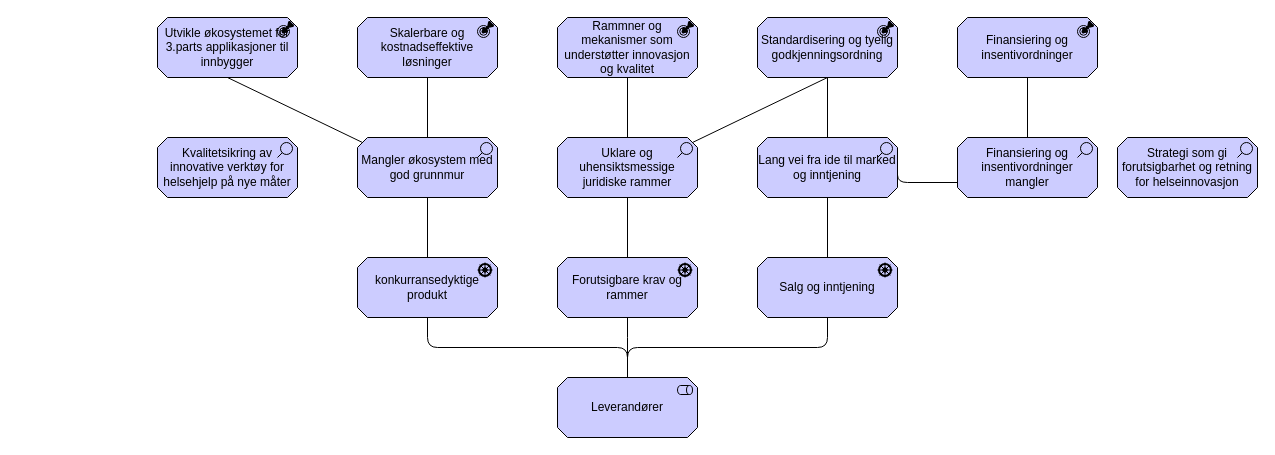
Earlier version of the draw.io diagram page "markedet-concern" (6 of 10) of docs/interessent/motivasjon-interessent.drawio (hdir/Digital-Forstelinje). Source tidied: cells renumbered, new cells numbered last; positions are measured from the earlier drawing's top-left corner, leaving out a move shared by most shapes. Both pictures are drawn from the tidied source at 100%, with x=0, y=0 at pixel (157, 17).
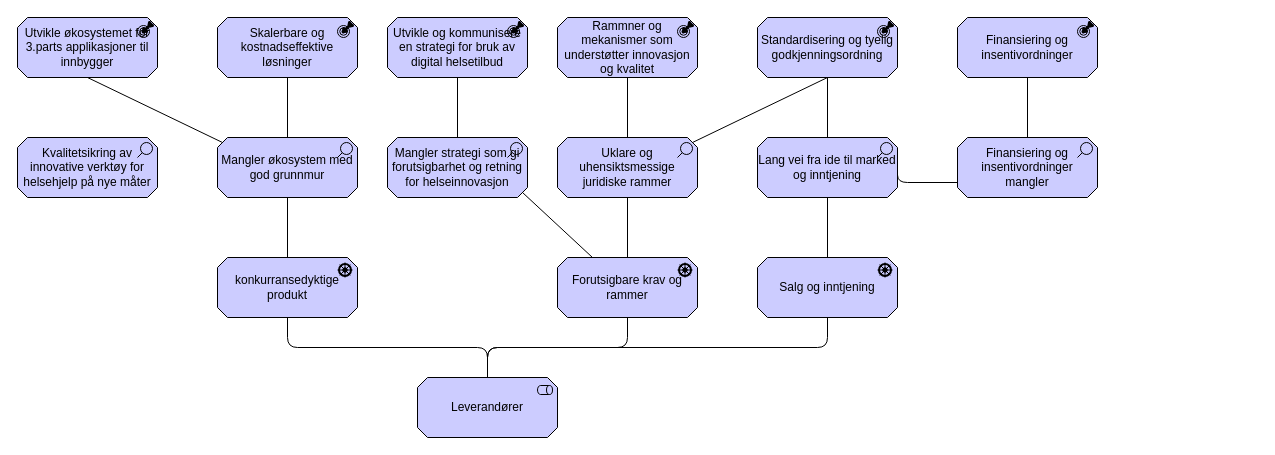
The same diagram, later.

The change refers to these unchanged cells:
```xml
<mxCell id="11" value="Forutsigbare krav og rammer" style="html=1;outlineConnect=0;whiteSpace=wrap;fillColor=#CCCCFF;shape=mxgraph.archimate3.application;appType=driver;archiType=oct;" parent="1" vertex="1">
  <mxGeometry x="400" y="240" width="140" height="60" as="geometry" />
</mxCell>
```

What changed in the source:
```diff
@@
     <mxCell id="2" value="Leverandører" style="html=1;outlineConnect=0;whiteSpace=wrap;fillColor=#CCCCFF;shape=mxgraph.archimate3.application;appType=role;archiType=oct;" parent="1" vertex="1">
-      <mxGeometry x="400" y="360" width="140" height="60" as="geometry" />
+      <mxGeometry x="260" y="360" width="140" height="60" as="geometry" />
     </mxCell>
@@
     <mxCell id="8" value="Mangler økosystem med god grunnmur" style="html=1;outlineConnect=0;whiteSpace=wrap;fillColor=#CCCCFF;shape=mxgraph.archimate3.application;appType=assess;archiType=oct;" parent="1" vertex="1">
-      <mxGeometry x="200" y="120" width="140" height="60" as="geometry" />
+      <mxGeometry x="60" y="120" width="140" height="60" as="geometry" />
     </mxCell>
@@
     <mxCell id="14" value="konkurransedyktige produkt" style="html=1;outlineConnect=0;whiteSpace=wrap;fillColor=#CCCCFF;shape=mxgraph.archimate3.application;appType=driver;archiType=oct;" parent="1" vertex="1">
-      <mxGeometry x="200" y="240" width="140" height="60" as="geometry" />
+      <mxGeometry x="60" y="240" width="140" height="60" as="geometry" />
     </mxCell>
     <mxCell id="15" value="Skalerbare og kostnadseffektive løsninger" style="html=1;outlineConnect=0;whiteSpace=wrap;fillColor=#CCCCFF;shape=mxgraph.archimate3.application;appType=outcome;archiType=oct;" parent="1" vertex="1">
-      <mxGeometry x="200" width="140" height="60" as="geometry" />
+      <mxGeometry x="60" width="140" height="60" as="geometry" />
     </mxCell>
@@
     <mxCell id="24" value="Utvikle økosystemet for 3.parts applikasjoner til innbygger" style="html=1;outlineConnect=0;whiteSpace=wrap;fillColor=#CCCCFF;shape=mxgraph.archimate3.application;appType=outcome;archiType=oct;" parent="1" vertex="1">
-      <mxGeometry width="140" height="60" as="geometry" />
+      <mxGeometry x="-140" width="140" height="60" as="geometry" />
     </mxCell>
@@
     <mxCell id="26" value="Kvalitetsikring av innovative verktøy for helsehjelp på nye måter" style="html=1;whiteSpace=wrap;fillColor=#CCCCFF;shape=mxgraph.archimate3.application;appType=assess;archiType=oct;" parent="1" vertex="1">
-      <mxGeometry y="120" width="140" height="60" as="geometry" />
+      <mxGeometry x="-140" y="120" width="140" height="60" as="geometry" />
     </mxCell>
@@
-    <mxCell id="29" value="Strategi som gi forutsigbarhet og retning for helseinnovasjon" style="html=1;outlineConnect=0;whiteSpace=wrap;fillColor=#CCCCFF;shape=mxgraph.archimate3.application;appType=assess;archiType=oct;" parent="1" vertex="1">
-      <mxGeometry x="960" y="120" width="140" height="60" as="geometry" />
+    <mxCell id="29" value="Mangler strategi som gi forutsigbarhet og retning for helseinnovasjon" style="html=1;outlineConnect=0;whiteSpace=wrap;fillColor=#CCCCFF;shape=mxgraph.archimate3.application;appType=assess;archiType=oct;" parent="1" vertex="1">
+      <mxGeometry x="230" y="120" width="140" height="60" as="geometry" />
     </mxCell>
+    <mxCell id="30" value="Utvikle og kommunisere en strategi for bruk av digital helsetilbud" style="html=1;outlineConnect=0;whiteSpace=wrap;fillColor=#CCCCFF;shape=mxgraph.archimate3.application;appType=outcome;archiType=oct;" parent="1" vertex="1">
+      <mxGeometry x="230" width="140" height="60" as="geometry" />
+    </mxCell>
+    <mxCell id="31" style="html=1;endArrow=none;elbow=vertical;entryX=0.5;entryY=0;entryDx=0;entryDy=0;entryPerimeter=0;exitX=0.5;exitY=1;exitDx=0;exitDy=0;exitPerimeter=0;" parent="1" edge="1" source="30" target="29">
+      <mxGeometry relative="1" as="geometry" />
+    </mxCell>
+    <mxCell id="32" style="html=1;endArrow=none;elbow=vertical;entryX=0.25;entryY=0;entryDx=0;entryDy=0;entryPerimeter=0;exitX=1;exitY=1;exitDx=-5;exitDy=-5;exitPerimeter=0;" parent="1" edge="1" source="29" target="11">
+      <mxGeometry relative="1" as="geometry" />
+    </mxCell>
```
